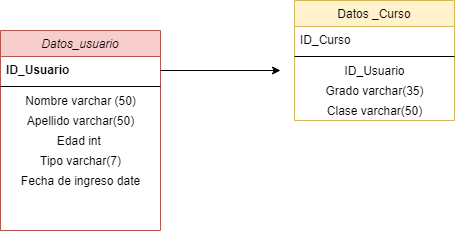
Ham-School/-event_up-mer keeps this draw.io diagram as Ham-School.png. Above is the earlier version. Source tidied: cells renumbered, new cells last; positions are measured from the earlier drawing's top-left corner, leaving out a move shared by most shapes. Source of this version:
```xml
<mxGraphModel>
  <root>
    <mxCell id="0" />
    <mxCell id="1" parent="0" />
    <mxCell id="2" value="Datos_usuario" style="swimlane;fontStyle=2;align=center;verticalAlign=top;horizontal=1;startSize=26;rounded=0;shadow=0;strokeWidth=1;fillColor=#f8cecc;strokeColor=#b85450;" parent="1" vertex="1">
      <mxGeometry y="30" width="160" height="200" as="geometry" />
    </mxCell>
    <mxCell id="3" value="ID_Usuario" style="text;align=left;verticalAlign=top;spacingLeft=4;spacingRight=4;overflow=hidden;points=[[0,0.5],[1,0.5]];portConstraint=eastwest;fontStyle=1;" parent="2" vertex="1">
      <mxGeometry y="26" width="160" height="26" as="geometry" />
    </mxCell>
    <mxCell id="4" style="line;html=1;strokeWidth=1;align=left;verticalAlign=middle;spacingTop=-1;spacingLeft=3;spacingRight=3;labelPosition=right;" parent="2" vertex="1">
      <mxGeometry y="52" width="160" height="8" as="geometry" />
    </mxCell>
    <mxCell id="5" value="Nombre varchar (50)" style="text;html=1;align=center;verticalAlign=middle;" parent="2" vertex="1">
      <mxGeometry y="60" width="160" height="20" as="geometry" />
    </mxCell>
    <mxCell id="6" value="Apellido varchar(50)" style="text;html=1;align=center;verticalAlign=middle;" parent="2" vertex="1">
      <mxGeometry y="80" width="160" height="20" as="geometry" />
    </mxCell>
    <mxCell id="7" value="Edad int&amp;nbsp;" style="text;html=1;align=center;verticalAlign=middle;" parent="2" vertex="1">
      <mxGeometry y="100" width="160" height="20" as="geometry" />
    </mxCell>
    <mxCell id="8" value="Tipo varchar(7)" style="text;html=1;align=center;verticalAlign=middle;" parent="2" vertex="1">
      <mxGeometry y="120" width="160" height="20" as="geometry" />
    </mxCell>
    <mxCell id="9" value="Fecha de ingreso date" style="text;html=1;align=center;verticalAlign=middle;" parent="2" vertex="1">
      <mxGeometry y="140" width="160" height="20" as="geometry" />
    </mxCell>
    <mxCell id="10" value="Datos _Curso" style="swimlane;fontStyle=0;align=center;verticalAlign=top;horizontal=1;startSize=26;rounded=0;shadow=0;strokeWidth=1;fillColor=#fff2cc;strokeColor=#d6b656;" parent="1" vertex="1">
      <mxGeometry x="294" width="160" height="120" as="geometry" />
    </mxCell>
    <mxCell id="11" value="ID_Curso" style="text;align=left;verticalAlign=top;spacingLeft=4;spacingRight=4;overflow=hidden;" parent="10" vertex="1">
      <mxGeometry y="26" width="160" height="26" as="geometry" />
    </mxCell>
    <mxCell id="12" style="line;html=1;strokeWidth=1;align=left;verticalAlign=middle;spacingTop=-1;spacingLeft=3;spacingRight=3;labelPosition=right;" parent="10" vertex="1">
      <mxGeometry y="52" width="160" height="8" as="geometry" />
    </mxCell>
    <mxCell id="13" value="ID_Usuario" style="text;html=1;align=center;verticalAlign=middle;" parent="10" vertex="1">
      <mxGeometry y="60" width="160" height="20" as="geometry" />
    </mxCell>
    <mxCell id="14" value="Grado varchar(35)" style="text;html=1;align=center;verticalAlign=middle;" parent="10" vertex="1">
      <mxGeometry y="80" width="160" height="20" as="geometry" />
    </mxCell>
    <mxCell id="15" value="Clase varchar(50)" style="text;html=1;align=center;verticalAlign=middle;" parent="10" vertex="1">
      <mxGeometry y="100" width="160" height="20" as="geometry" />
    </mxCell>
    <mxCell id="16" style="endArrow=classic;html=1;" parent="1" edge="1">
      <mxGeometry relative="1" as="geometry">
        <mxPoint x="160" y="70" as="sourcePoint" />
        <mxPoint x="280" y="70" as="targetPoint" />
      </mxGeometry>
    </mxCell>
  </root>
</mxGraphModel>
```
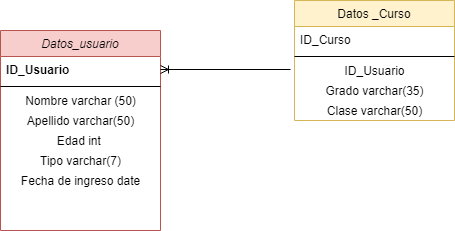
After the change.

Diff of the diagram source:
```diff
@@ -44,10 +44,9 @@
     <mxCell id="15" value="Clase varchar(50)" style="text;html=1;align=center;verticalAlign=middle;" parent="10" vertex="1">
       <mxGeometry y="100" width="160" height="20" as="geometry" />
     </mxCell>
-    <mxCell id="16" style="endArrow=classic;html=1;" parent="1" edge="1">
+    <mxCell id="16" style="endArrow=ERoneToMany;html=1;entryX=1;entryY=0.5;entryDx=0;entryDy=0;endFill=0;" parent="1" edge="1" target="3">
       <mxGeometry relative="1" as="geometry">
-        <mxPoint x="160" y="70" as="sourcePoint" />
-        <mxPoint x="280" y="70" as="targetPoint" />
+        <mxPoint x="290" y="69" as="sourcePoint" />
       </mxGeometry>
     </mxCell>
   </root>
```
